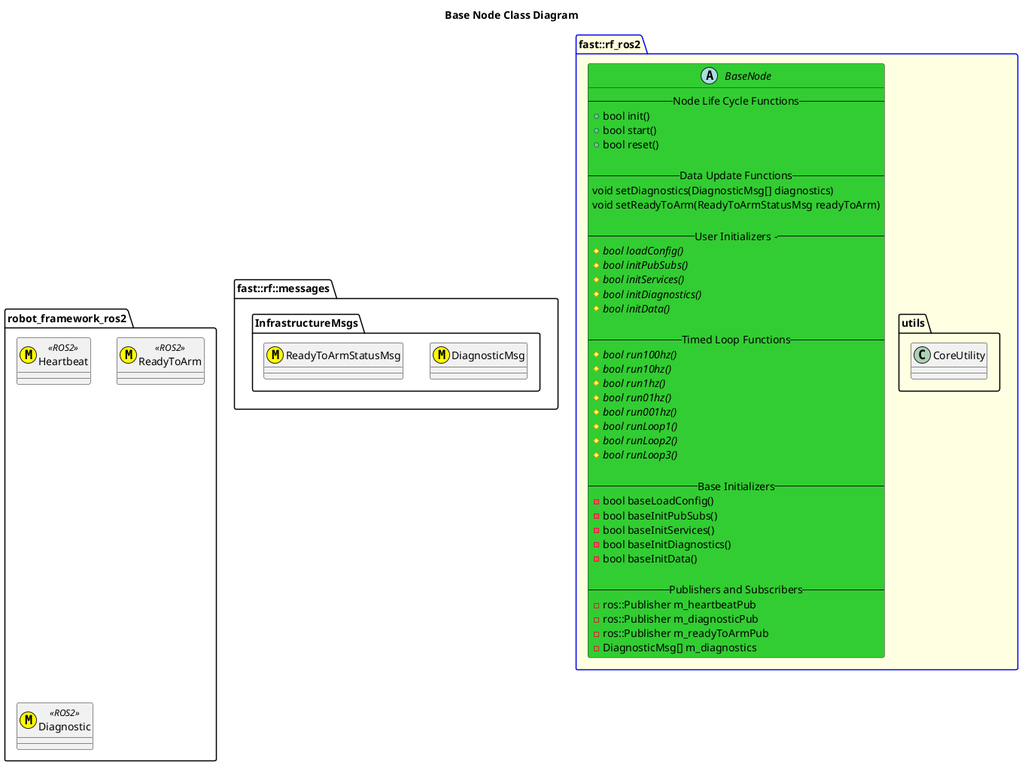
Earlier version of the PlantUML export include/robot_framework_ros2/doc/puml/BaseNodeClassDiagram.png (fastrobotics/robot_framework_ros2).
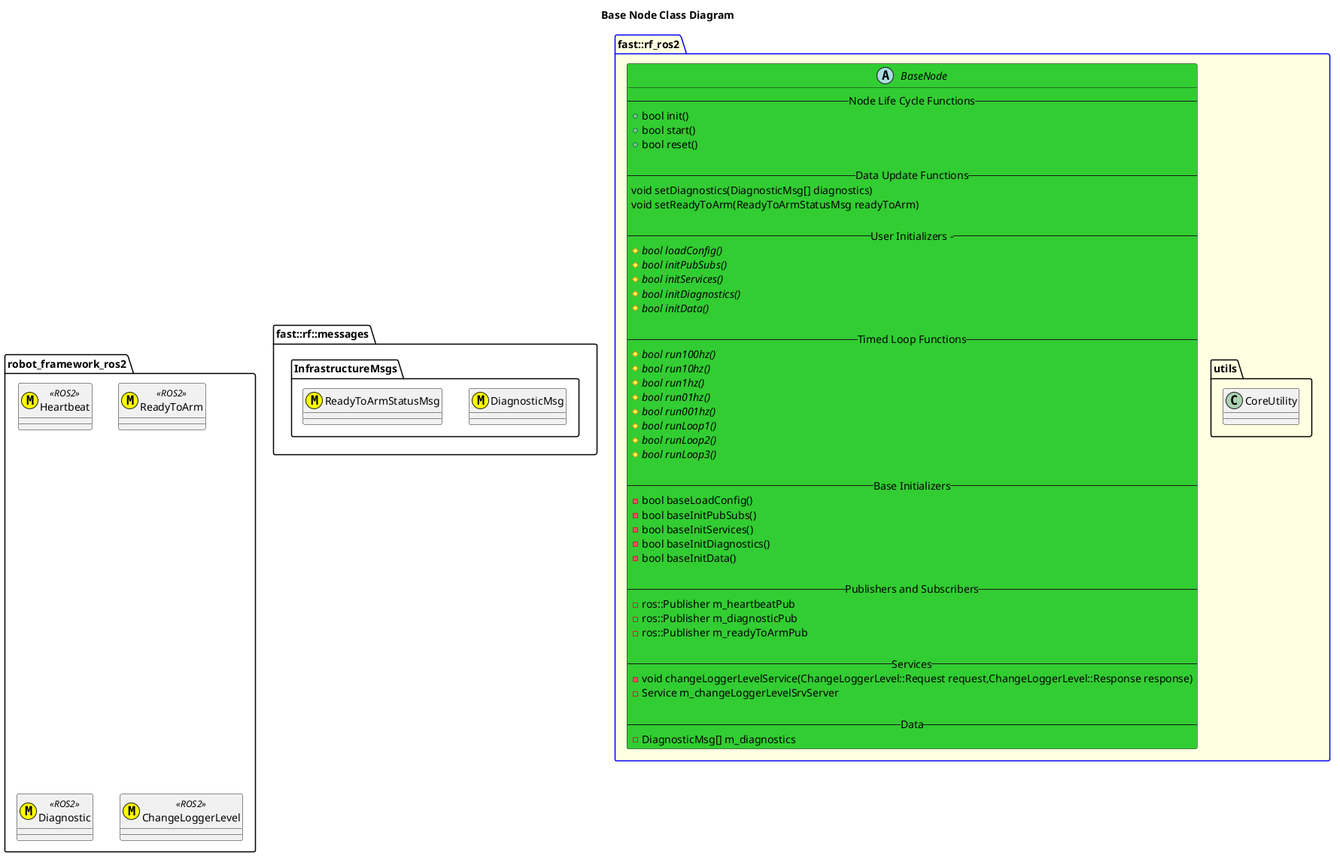
After the change.

Change to the diagram source:
```diff
@@ -10,6 +10,7 @@
     class Heartbeat <<(M,#FFFF00)>> <<ROS2>>
     class ReadyToArm <<(M,#FFFF00)>> <<ROS2>>
     class Diagnostic <<(M,#FFFF00)>> <<ROS2>>
+    class ChangeLoggerLevel <<(M,#FFFF00)>> <<ROS2>>
 }
 package fast::rf_ros2 #LightYellow;line:blue {
     namespace utils {
@@ -53,6 +54,12 @@
         -ros::Publisher m_heartbeatPub
         -ros::Publisher m_diagnosticPub
         -ros::Publisher m_readyToArmPub
+
+        --Services--
+        -void changeLoggerLevelService(ChangeLoggerLevel::Request request,ChangeLoggerLevel::Response response)
+        -Service m_changeLoggerLevelSrvServer
+
+        --Data--
         -DiagnosticMsg[] m_diagnostics
     }
 }
```
